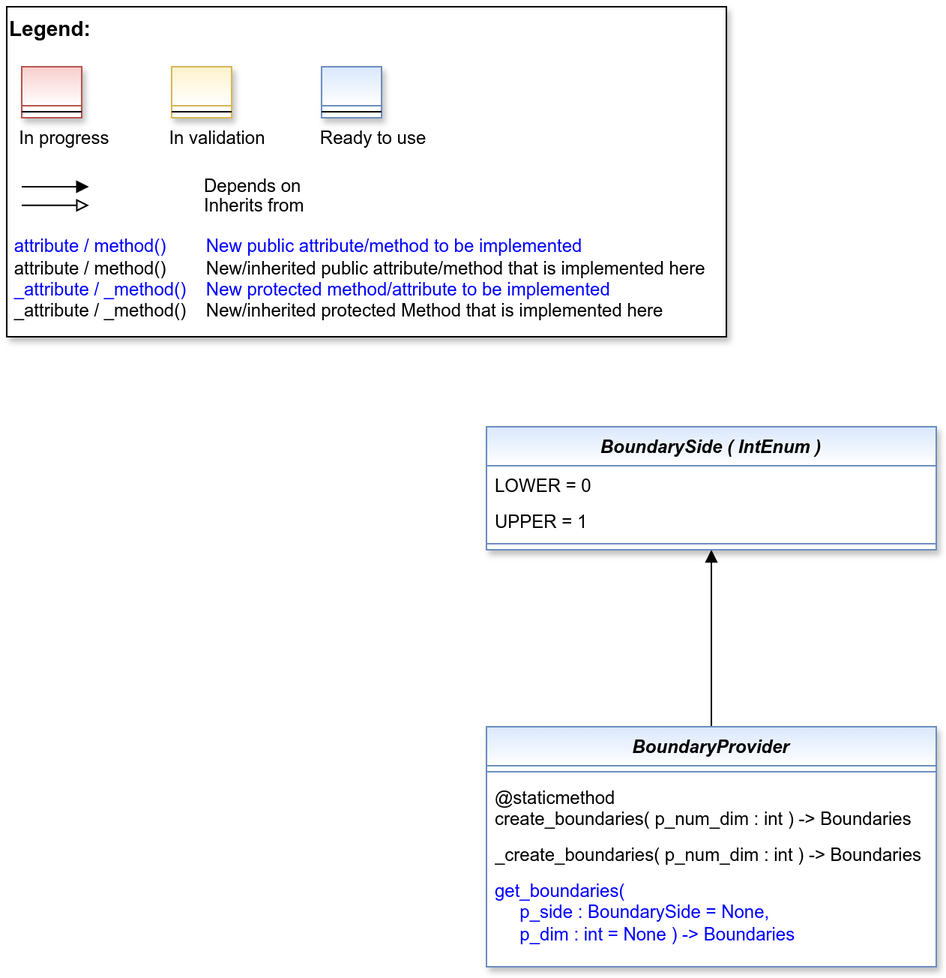
Before: doc/rtd/content/99_appendices/appendix2/sub/mlpro_bf/layer2_mathematics/images/MLPro-BF-Math-Statistics_class_diagram.drawio.png, a diagram exported from draw.io (fhswf/MLPro). Source tidied: cells renumbered, new cells last; positions are measured from the earlier drawing's top-left corner, leaving out a move shared by most shapes. The source it was exported from:
```xml
<mxGraphModel>
  <root>
    <mxCell id="0" />
    <mxCell id="1" parent="0" />
    <mxCell id="2" style="edgeStyle=orthogonalEdgeStyle;rounded=0;jettySize=auto;html=1;endArrow=block;endFill=1;" parent="1" edge="1" source="3" target="18">
      <mxGeometry relative="1" as="geometry" />
    </mxCell>
    <mxCell id="3" value="BoundaryProvider" style="swimlane;fontStyle=3;align=center;verticalAlign=top;horizontal=1;startSize=26;rounded=0;shadow=1;strokeWidth=1;fillColor=#dae8fc;strokeColor=#6c8ebf;gradientColor=#FFFFFF;swimlaneFillColor=#FFFFFF;" parent="1" vertex="1">
      <mxGeometry x="320" y="480" width="300" height="160" as="geometry" />
    </mxCell>
    <mxCell id="4" style="line;html=1;strokeWidth=1;align=left;verticalAlign=middle;spacingTop=-1;spacingLeft=3;spacingRight=3;labelPosition=right;fillColor=#dae8fc;strokeColor=#6c8ebf;gradientColor=#FFFFFF;" parent="3" vertex="1">
      <mxGeometry y="26" width="300" height="8" as="geometry" />
    </mxCell>
    <mxCell id="5" value="@staticmethod&#10;create_boundaries( p_num_dim : int ) -&gt; Boundaries" style="text;align=left;verticalAlign=top;spacingLeft=4;spacingRight=4;overflow=hidden;fontColor=default;whiteSpace=wrap;" parent="3" vertex="1">
      <mxGeometry y="34" width="300" height="38" as="geometry" />
    </mxCell>
    <mxCell id="6" value="_create_boundaries( p_num_dim : int ) -&gt; Boundaries" style="text;align=left;verticalAlign=top;spacingLeft=4;spacingRight=4;overflow=hidden;fontColor=default;whiteSpace=wrap;" parent="3" vertex="1">
      <mxGeometry y="72" width="300" height="24" as="geometry" />
    </mxCell>
    <mxCell id="7" value="get_boundaries( &#10;     p_side : BoundarySide = None, &#10;     p_dim : int = None ) -&gt; Boundaries" style="text;align=left;verticalAlign=top;spacingLeft=4;spacingRight=4;overflow=hidden;fontColor=#0000FF;whiteSpace=wrap;" parent="3" vertex="1">
      <mxGeometry y="96" width="300" height="54" as="geometry" />
    </mxCell>
    <mxCell id="8" style="group;" parent="1" vertex="1">
      <mxGeometry width="480" height="220" as="geometry" />
    </mxCell>
    <mxCell id="9" value="&lt;font color=&quot;#000000&quot; size=&quot;1&quot;&gt;&lt;b style=&quot;font-size: 14px&quot;&gt;Legend:&lt;br&gt;&lt;/b&gt;&lt;/font&gt;&lt;br&gt;&lt;br&gt;&lt;br&gt;&lt;font color=&quot;#0000ff&quot; style=&quot;font-size: 6px&quot;&gt;&lt;br&gt;&lt;/font&gt;&lt;span style=&quot;color: rgb(0 , 0 , 0)&quot;&gt;&lt;font style=&quot;font-size: 4px&quot;&gt;&amp;nbsp; &amp;nbsp;&lt;/font&gt;&amp;nbsp;In progress&amp;nbsp; &amp;nbsp; &amp;nbsp; &amp;nbsp; &amp;nbsp; &amp;nbsp; In validation&amp;nbsp; &amp;nbsp; &amp;nbsp; &amp;nbsp; &amp;nbsp; &amp;nbsp;Ready to use&lt;/span&gt;&lt;font color=&quot;#000000&quot;&gt;&amp;nbsp;&lt;br&gt;&lt;/font&gt;&lt;font color=&quot;#0000ff&quot;&gt;&lt;br&gt;&lt;br&gt;&lt;br&gt;&lt;br&gt;&amp;nbsp;attribute / method()&amp;nbsp; &amp;nbsp; &amp;nbsp; &amp;nbsp; New public attribute/method to be implemented&lt;/font&gt;&lt;br&gt;&lt;font color=&quot;#000000&quot;&gt;&amp;nbsp;&lt;/font&gt;&lt;font color=&quot;#000000&quot;&gt;attribute / method()&lt;span&gt;&#9;&lt;/span&gt;&amp;nbsp; &amp;nbsp; &amp;nbsp; &amp;nbsp;New/inherited public attribute/method that is implemented here&lt;br&gt;&lt;/font&gt;&lt;font color=&quot;#0000ff&quot;&gt;&amp;nbsp;_attribute /&amp;nbsp;&lt;/font&gt;&lt;font color=&quot;#0000ff&quot;&gt;_method()&amp;nbsp; &amp;nbsp; New protected method/attribute to be implemented&lt;/font&gt;&lt;br&gt;&lt;font color=&quot;#000000&quot;&gt;&amp;nbsp;_attribute / _method()&amp;nbsp; &amp;nbsp; New/inherited protected Method that is implemented here&lt;br&gt;&lt;/font&gt;&lt;font color=&quot;#000000&quot;&gt;&lt;br&gt;&lt;br&gt;&lt;br&gt;&lt;br&gt;&lt;br&gt;&lt;/font&gt;" style="text;html=1;align=left;verticalAlign=top;whiteSpace=wrap;rounded=0;fontColor=#006600;strokeColor=#000000;shadow=1;fillColor=#ffffff;" parent="8" vertex="1">
      <mxGeometry width="480" height="220" as="geometry" />
    </mxCell>
    <mxCell id="10" value="Depends on" style="endArrow=block;html=1;labelPosition=right;verticalLabelPosition=middle;align=left;verticalAlign=middle;endFill=1;fontSize=12;" parent="8" edge="1">
      <mxGeometry x="-1590" y="-2180" as="geometry">
        <mxPoint x="10" y="120" as="sourcePoint" />
        <mxPoint x="54.8" y="120" as="targetPoint" />
        <Array as="points">
          <mxPoint x="30" y="120" />
        </Array>
        <mxPoint x="98" as="offset" />
      </mxGeometry>
    </mxCell>
    <mxCell id="11" value="Inherits from" style="endArrow=block;html=1;labelPosition=right;verticalLabelPosition=middle;align=left;verticalAlign=middle;endFill=0;fontSize=12;" parent="8" edge="1">
      <mxGeometry x="-1590" y="-2180" as="geometry">
        <mxPoint x="10" y="132.4" as="sourcePoint" />
        <mxPoint x="54.8" y="132.4" as="targetPoint" />
        <mxPoint x="98" y="1" as="offset" />
      </mxGeometry>
    </mxCell>
    <mxCell id="12" style="swimlane;fontStyle=3;align=center;verticalAlign=top;horizontal=1;startSize=26;rounded=0;shadow=1;strokeWidth=1;fillColor=#f8cecc;strokeColor=#b85450;gradientColor=#ffffff;swimlaneFillColor=#ffffff;" parent="8" vertex="1">
      <mxGeometry x="10" y="40" width="40" height="34" as="geometry" />
    </mxCell>
    <mxCell id="13" style="line;html=1;strokeWidth=1;align=left;verticalAlign=middle;spacingTop=-1;spacingLeft=3;spacingRight=3;labelPosition=right;" parent="12" vertex="1">
      <mxGeometry y="26" width="40" height="8" as="geometry" />
    </mxCell>
    <mxCell id="14" style="swimlane;fontStyle=3;align=center;verticalAlign=top;horizontal=1;startSize=26;rounded=0;shadow=1;strokeWidth=1;fillColor=#fff2cc;strokeColor=#d6b656;gradientColor=#ffffff;swimlaneFillColor=#ffffff;" parent="8" vertex="1">
      <mxGeometry x="110" y="40" width="40" height="34" as="geometry" />
    </mxCell>
    <mxCell id="15" style="line;html=1;strokeWidth=1;align=left;verticalAlign=middle;spacingTop=-1;spacingLeft=3;spacingRight=3;labelPosition=right;" parent="14" vertex="1">
      <mxGeometry y="26" width="40" height="8" as="geometry" />
    </mxCell>
    <mxCell id="16" style="swimlane;fontStyle=3;align=center;verticalAlign=top;horizontal=1;startSize=26;rounded=0;shadow=1;strokeWidth=1;fillColor=#dae8fc;strokeColor=#6c8ebf;gradientColor=#ffffff;swimlaneFillColor=#ffffff;" parent="8" vertex="1">
      <mxGeometry x="210" y="40" width="40" height="34" as="geometry" />
    </mxCell>
    <mxCell id="17" style="line;html=1;strokeWidth=1;align=left;verticalAlign=middle;spacingTop=-1;spacingLeft=3;spacingRight=3;labelPosition=right;" parent="16" vertex="1">
      <mxGeometry y="26" width="40" height="8" as="geometry" />
    </mxCell>
    <mxCell id="18" value="BoundarySide ( IntEnum )" style="swimlane;fontStyle=3;align=center;verticalAlign=top;horizontal=1;startSize=26;rounded=0;shadow=1;strokeWidth=1;fillColor=#dae8fc;strokeColor=#6c8ebf;gradientColor=#FFFFFF;swimlaneFillColor=#FFFFFF;" parent="1" vertex="1">
      <mxGeometry x="320" y="280" width="300" height="82" as="geometry" />
    </mxCell>
    <mxCell id="19" value="LOWER = 0" style="text;align=left;verticalAlign=top;spacingLeft=4;spacingRight=4;overflow=hidden;fontColor=default;whiteSpace=wrap;" parent="18" vertex="1">
      <mxGeometry y="26" width="300" height="24" as="geometry" />
    </mxCell>
    <mxCell id="20" value="UPPER = 1" style="text;align=left;verticalAlign=top;spacingLeft=4;spacingRight=4;overflow=hidden;fontColor=default;whiteSpace=wrap;" parent="18" vertex="1">
      <mxGeometry y="50" width="300" height="24" as="geometry" />
    </mxCell>
    <mxCell id="21" style="line;html=1;strokeWidth=1;align=left;verticalAlign=middle;spacingTop=-1;spacingLeft=3;spacingRight=3;labelPosition=right;fillColor=#dae8fc;strokeColor=#6c8ebf;gradientColor=#FFFFFF;" parent="18" vertex="1">
      <mxGeometry y="74" width="300" height="8" as="geometry" />
    </mxCell>
  </root>
</mxGraphModel>
```
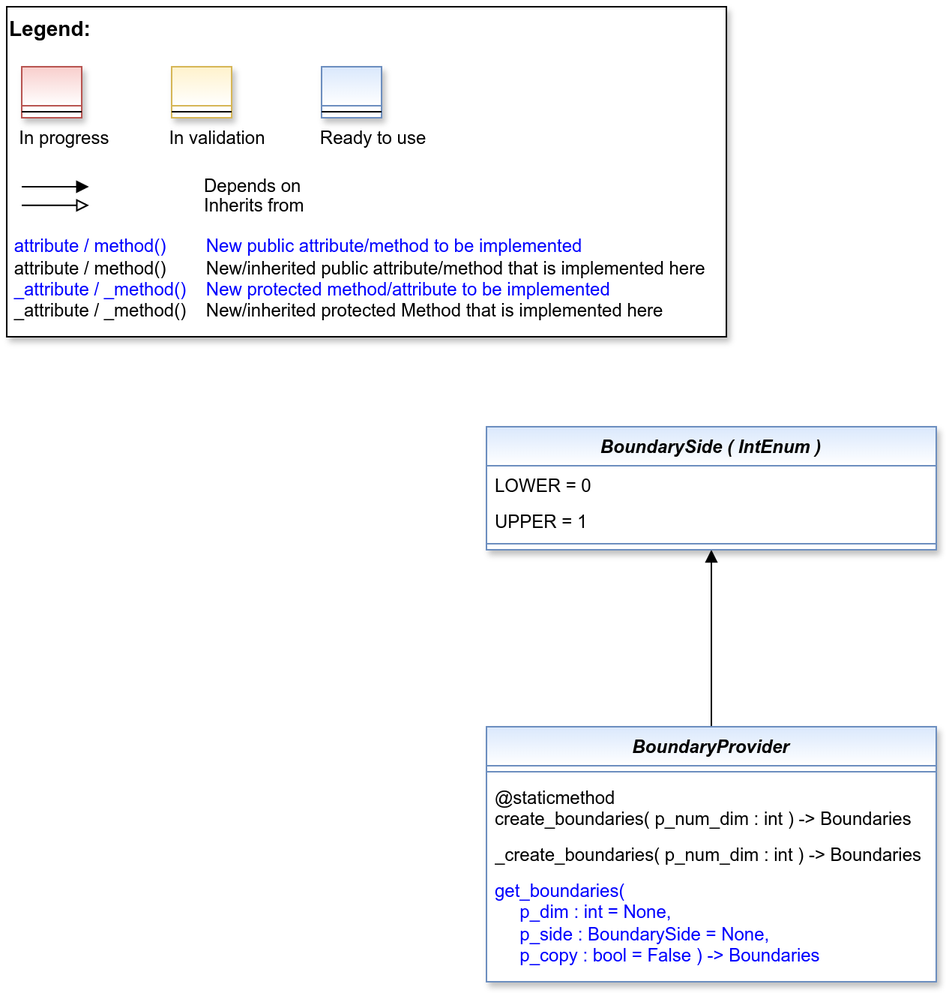
Above is the later version.

Commit message:
Refact: Class RingBuffer - Design updates and optimization of online plotting 2D/3D #1200

What changed in the source:
```diff
@@ -6,7 +6,7 @@
       <mxGeometry relative="1" as="geometry" />
     </mxCell>
     <mxCell id="3" value="BoundaryProvider" style="swimlane;fontStyle=3;align=center;verticalAlign=top;horizontal=1;startSize=26;rounded=0;shadow=1;strokeWidth=1;fillColor=#dae8fc;strokeColor=#6c8ebf;gradientColor=#FFFFFF;swimlaneFillColor=#FFFFFF;" parent="1" vertex="1">
-      <mxGeometry x="320" y="480" width="300" height="160" as="geometry" />
+      <mxGeometry x="320" y="480" width="300" height="170" as="geometry" />
     </mxCell>
     <mxCell id="4" style="line;html=1;strokeWidth=1;align=left;verticalAlign=middle;spacingTop=-1;spacingLeft=3;spacingRight=3;labelPosition=right;fillColor=#dae8fc;strokeColor=#6c8ebf;gradientColor=#FFFFFF;" parent="3" vertex="1">
       <mxGeometry y="26" width="300" height="8" as="geometry" />
@@ -17,8 +17,8 @@
     <mxCell id="6" value="_create_boundaries( p_num_dim : int ) -&gt; Boundaries" style="text;align=left;verticalAlign=top;spacingLeft=4;spacingRight=4;overflow=hidden;fontColor=default;whiteSpace=wrap;" parent="3" vertex="1">
       <mxGeometry y="72" width="300" height="24" as="geometry" />
     </mxCell>
-    <mxCell id="7" value="get_boundaries( &#10;     p_side : BoundarySide = None, &#10;     p_dim : int = None ) -&gt; Boundaries" style="text;align=left;verticalAlign=top;spacingLeft=4;spacingRight=4;overflow=hidden;fontColor=#0000FF;whiteSpace=wrap;" parent="3" vertex="1">
-      <mxGeometry y="96" width="300" height="54" as="geometry" />
+    <mxCell id="7" value="get_boundaries( &#10;     p_dim : int = None,&#10;     p_side : BoundarySide = None, &#10;     p_copy : bool = False ) -&gt; Boundaries" style="text;align=left;verticalAlign=top;spacingLeft=4;spacingRight=4;overflow=hidden;fontColor=#0000FF;whiteSpace=wrap;" parent="3" vertex="1">
+      <mxGeometry y="96" width="300" height="74" as="geometry" />
     </mxCell>
     <mxCell id="8" style="group;" parent="1" vertex="1">
       <mxGeometry width="480" height="220" as="geometry" />
```
